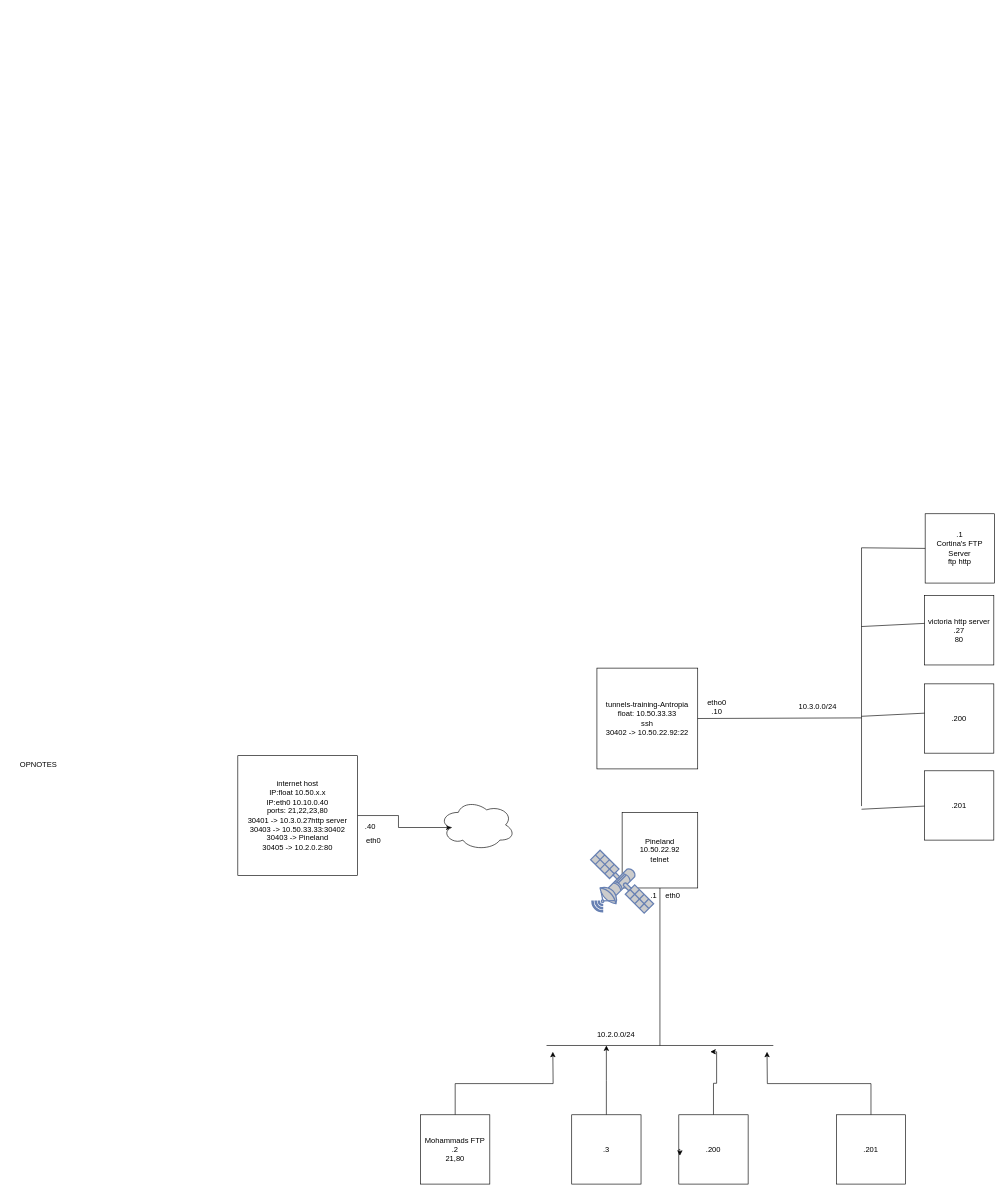
This is page "Page-2" (2 of 2) of Untitled Diagram.drawio from booompa/hello-world, a draw.io file, before an edit. Source tidied: cells renumbered, new cells numbered last; positions are measured from the earlier drawing's top-left corner, leaving out a move shared by most shapes. Both pictures are drawn from the tidied source at 63%, with x=0, y=0 at pixel (11, 513).
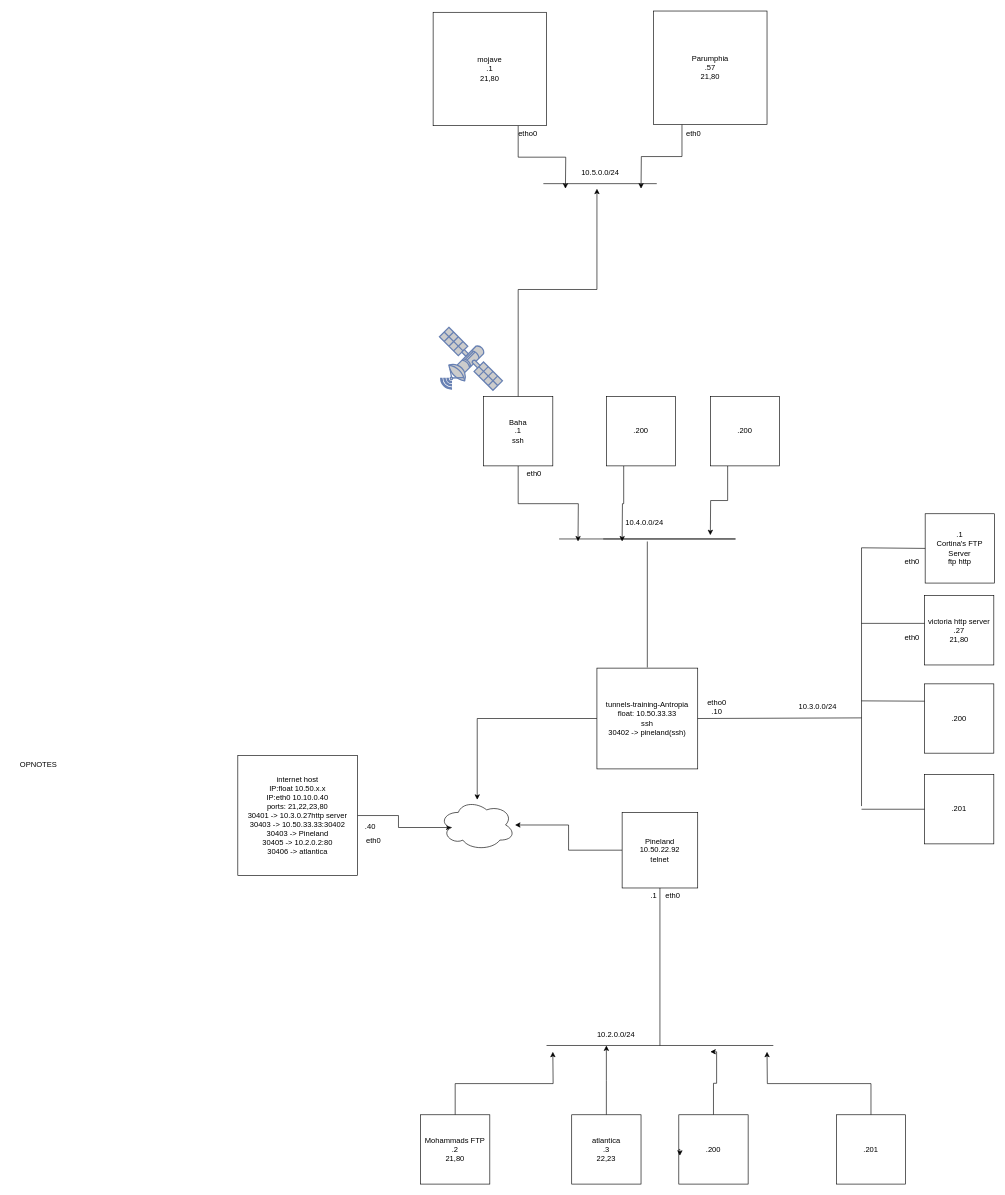
The same diagram, later.

The change refers to these unchanged cells:
```xml
<mxCell id="4" style="ellipse;shape=cloud;whiteSpace=wrap;html=1;" parent="1" vertex="1">
  <mxGeometry x="680" y="454" width="120" height="80" as="geometry" />
</mxCell>
<mxCell id="9" value="Pineland&lt;br&gt;10.50.22.92&lt;br&gt;telnet&lt;br&gt;" style="whiteSpace=wrap;html=1;" parent="1" vertex="1">
  <mxGeometry x="970" y="474" width="120" height="120" as="geometry" />
</mxCell>
```

What changed in the source:
```diff
@@
-    <mxCell id="3" value="internet host&lt;br&gt;IP:float 10.50.x.x&lt;br&gt;IP:eth0 10.10.0.40&lt;br&gt;ports: 21,22,23,80&lt;br&gt;30401 -&amp;gt; 10.3.0.27http server&lt;br&gt;30403 -&amp;gt; 10.50.33.33:30402&lt;br&gt;30403 -&amp;gt; Pineland&lt;br&gt;30405 -&amp;gt; 10.2.0.2:80" style="whiteSpace=wrap;html=1;" parent="1" vertex="1">
+    <mxCell id="3" value="internet host&lt;br&gt;IP:float 10.50.x.x&lt;br&gt;IP:eth0 10.10.0.40&lt;br&gt;ports: 21,22,23,80&lt;br&gt;30401 -&amp;gt; 10.3.0.27http server&lt;br&gt;30403 -&amp;gt; 10.50.33.33:30402&lt;br&gt;30403 -&amp;gt; Pineland&lt;br&gt;30405 -&amp;gt; 10.2.0.2:80&lt;br&gt;30406 -&amp;gt; atlantica" style="whiteSpace=wrap;html=1;" parent="1" vertex="1">
       <mxGeometry x="360" y="384" width="190" height="190" as="geometry" />
     </mxCell>
@@
+    <mxCell id="37" style="edgeStyle=orthogonalEdgeStyle;rounded=0;jettySize=auto;html=1;exitX=0;exitY=0.5;exitDx=0;exitDy=0;" parent="1" edge="1" source="8" target="4">
+      <mxGeometry relative="1" as="geometry" />
+    </mxCell>
-    <mxCell id="8" value="tunnels-training-Antropia&lt;br&gt;float: 10.50.33.33&lt;br&gt;ssh&lt;br&gt;30402 -&amp;gt; 10.50.22.92:22" style="whiteSpace=wrap;html=1;" parent="1" vertex="1">
+    <mxCell id="8" value="tunnels-training-Antropia&lt;br&gt;float: 10.50.33.33&lt;br&gt;ssh&lt;br&gt;30402 -&amp;gt; pineland(ssh)" style="whiteSpace=wrap;html=1;" parent="1" vertex="1">
       <mxGeometry x="930" y="245" width="160" height="160" as="geometry" />
     </mxCell>
+    <mxCell id="38" style="edgeStyle=orthogonalEdgeStyle;rounded=0;jettySize=auto;html=1;exitX=0;exitY=0.5;exitDx=0;exitDy=0;" parent="1" edge="1" source="9" target="4">
+      <mxGeometry relative="1" as="geometry" />
+    </mxCell>
@@
-    <mxCell id="14" value="victoria http server&lt;br&gt;.27&lt;br&gt;80" style="whiteSpace=wrap;html=1;" parent="1" vertex="1">
+    <mxCell id="14" value="victoria http server&lt;br&gt;.27&lt;br&gt;21,80" style="whiteSpace=wrap;html=1;" parent="1" vertex="1">
       <mxGeometry x="1450" y="130" width="110" height="110" as="geometry" />
     </mxCell>
-    <mxCell id="15" value=".200" style="whiteSpace=wrap;html=1;" parent="1" vertex="1">
+    <mxCell id="15" value=".200&lt;br&gt;" style="whiteSpace=wrap;html=1;" parent="1" vertex="1">
       <mxGeometry x="1450" y="270" width="110" height="110" as="geometry" />
     </mxCell>
     <mxCell id="16" value=".201" style="whiteSpace=wrap;html=1;" parent="1" vertex="1">
-      <mxGeometry x="1450" y="408" width="110" height="110" as="geometry" />
+      <mxGeometry x="1450" y="414" width="110" height="110" as="geometry" />
     </mxCell>
@@
     <mxCell id="19" style="endArrow=none;html=1;rounded=0;entryX=0;entryY=0.5;entryDx=0;entryDy=0;" parent="1" edge="1">
       <mxGeometry relative="1" as="geometry">
-        <mxPoint x="1350" y="179" as="sourcePoint" />
+        <mxPoint x="1350" y="174" as="sourcePoint" />
         <mxPoint x="1450" y="174" as="targetPoint" />
       </mxGeometry>
     </mxCell>
-    <mxCell id="20" style="endArrow=none;html=1;rounded=0;entryX=0;entryY=0.5;entryDx=0;entryDy=0;" parent="1" edge="1">
+    <mxCell id="20" style="endArrow=none;html=1;rounded=0;entryX=0;entryY=0.25;entryDx=0;entryDy=0;" parent="1" edge="1" target="15">
       <mxGeometry relative="1" as="geometry">
-        <mxPoint x="1350" y="321.5" as="sourcePoint" />
-        <mxPoint x="1450" y="316.5" as="targetPoint" />
+        <mxPoint x="1350" y="297" as="sourcePoint" />
       </mxGeometry>
     </mxCell>
-    <mxCell id="21" style="endArrow=none;html=1;rounded=0;entryX=0;entryY=0.5;entryDx=0;entryDy=0;" parent="1" edge="1">
+    <mxCell id="21" style="endArrow=none;html=1;rounded=0;entryX=0;entryY=0.5;entryDx=0;entryDy=0;" parent="1" edge="1" target="16">
       <mxGeometry relative="1" as="geometry">
         <mxPoint x="1350" y="469" as="sourcePoint" />
-        <mxPoint x="1450" y="464" as="targetPoint" />
       </mxGeometry>
     </mxCell>
@@
-    <mxCell id="30" value=".3" style="whiteSpace=wrap;html=1;" parent="1" vertex="1">
+    <mxCell id="30" value="atlantica&lt;br&gt;.3&lt;br&gt;22,23" style="whiteSpace=wrap;html=1;" parent="1" vertex="1">
       <mxGeometry x="890" y="954" width="110" height="110" as="geometry" />
     </mxCell>
@@
     <mxCell id="36" style="fontColor=#0066CC;verticalAlign=top;verticalLabelPosition=bottom;labelPosition=center;align=center;html=1;fillColor=#CCCCCC;strokeColor=#6881B3;gradientColor=none;gradientDirection=north;strokeWidth=2;shape=mxgraph.networks.satellite;" parent="1" vertex="1">
-      <mxGeometry x="920" y="534" width="100" height="100" as="geometry" />
+      <mxGeometry x="680" y="-296" width="100" height="100" as="geometry" />
     </mxCell>
+    <mxCell id="39" style="endArrow=none;html=1;rounded=0;" parent="1" edge="1">
+      <mxGeometry relative="1" as="geometry">
+        <mxPoint x="870" y="40" as="sourcePoint" />
+        <mxPoint x="940" y="40" as="targetPoint" />
+        <Array as="points">
+          <mxPoint x="1150" y="40" />
+        </Array>
+      </mxGeometry>
+    </mxCell>
+    <mxCell id="40" value="10.4.0.0/24" style="text;html=1;align=center;verticalAlign=middle;strokeColor=none;fillColor=none;" parent="1" vertex="1">
+      <mxGeometry x="965" width="80" height="30" as="geometry" />
+    </mxCell>
+    <mxCell id="41" style="endArrow=none;html=1;rounded=0;" parent="1" edge="1">
+      <mxGeometry relative="1" as="geometry">
+        <mxPoint x="1010" y="244" as="sourcePoint" />
+        <mxPoint x="1010" y="44" as="targetPoint" />
+      </mxGeometry>
+    </mxCell>
+    <mxCell id="42" style="edgeStyle=orthogonalEdgeStyle;rounded=0;jettySize=auto;html=1;exitX=0.5;exitY=1;exitDx=0;exitDy=0;" parent="1" edge="1" source="44">
+      <mxGeometry relative="1" as="geometry">
+        <mxPoint x="900" y="44" as="targetPoint" />
+      </mxGeometry>
+    </mxCell>
+    <mxCell id="43" style="edgeStyle=orthogonalEdgeStyle;rounded=0;jettySize=auto;html=1;exitX=0.5;exitY=0;exitDx=0;exitDy=0;entryX=0.438;entryY=1.333;entryDx=0;entryDy=0;entryPerimeter=0;" parent="1" edge="1" source="44" target="46">
+      <mxGeometry relative="1" as="geometry" />
+    </mxCell>
+    <mxCell id="44" value="Baha&lt;br&gt;.1&lt;br&gt;ssh" style="whiteSpace=wrap;html=1;" parent="1" vertex="1">
+      <mxGeometry x="750" y="-186" width="110" height="110" as="geometry" />
+    </mxCell>
+    <mxCell id="45" style="endArrow=none;html=1;rounded=0;" parent="1" edge="1">
+      <mxGeometry relative="1" as="geometry">
+        <mxPoint x="845" y="-524" as="sourcePoint" />
+        <mxPoint x="1025" y="-524" as="targetPoint" />
+      </mxGeometry>
+    </mxCell>
+    <mxCell id="46" value="10.5.0.0/24" style="text;html=1;align=center;verticalAlign=middle;points=[];strokeColor=none;fillColor=none;" parent="1" vertex="1">
+      <mxGeometry x="895" y="-556" width="80" height="30" as="geometry" />
+    </mxCell>
+    <mxCell id="47" style="edgeStyle=orthogonalEdgeStyle;rounded=0;jettySize=auto;html=1;exitX=0.25;exitY=1;exitDx=0;exitDy=0;" parent="1" edge="1" source="48">
+      <mxGeometry relative="1" as="geometry">
+        <mxPoint x="970" y="44" as="targetPoint" />
+      </mxGeometry>
+    </mxCell>
+    <mxCell id="48" value=".200" style="whiteSpace=wrap;html=1;" parent="1" vertex="1">
+      <mxGeometry x="945" y="-186" width="110" height="110" as="geometry" />
+    </mxCell>
+    <mxCell id="49" style="edgeStyle=orthogonalEdgeStyle;rounded=0;jettySize=auto;html=1;exitX=0.25;exitY=1;exitDx=0;exitDy=0;" parent="1" edge="1" source="50">
+      <mxGeometry relative="1" as="geometry">
+        <mxPoint x="1110" y="34" as="targetPoint" />
+      </mxGeometry>
+    </mxCell>
+    <mxCell id="50" value=".200" style="whiteSpace=wrap;html=1;" parent="1" vertex="1">
+      <mxGeometry x="1110" y="-186" width="110" height="110" as="geometry" />
+    </mxCell>
+    <mxCell id="51" value="eth0" style="text;html=1;align=center;verticalAlign=middle;strokeColor=none;fillColor=none;" parent="1" vertex="1">
+      <mxGeometry x="805" y="-78" width="50" height="30" as="geometry" />
+    </mxCell>
+    <mxCell id="52" style="edgeStyle=orthogonalEdgeStyle;rounded=0;jettySize=auto;html=1;exitX=0.75;exitY=1;exitDx=0;exitDy=0;" parent="1" edge="1" source="53">
+      <mxGeometry relative="1" as="geometry">
+        <mxPoint x="880" y="-516" as="targetPoint" />
+      </mxGeometry>
+    </mxCell>
+    <mxCell id="53" value="mojave&lt;br&gt;.1&lt;br&gt;21,80" style="whiteSpace=wrap;html=1;" parent="1" vertex="1">
+      <mxGeometry x="670" y="-796" width="180" height="180" as="geometry" />
+    </mxCell>
+    <mxCell id="54" value="etho0" style="text;html=1;align=center;verticalAlign=middle;strokeColor=none;fillColor=none;" parent="1" vertex="1">
+      <mxGeometry x="795" y="-618" width="50" height="30" as="geometry" />
+    </mxCell>
+    <mxCell id="55" style="edgeStyle=orthogonalEdgeStyle;rounded=0;jettySize=auto;html=1;exitX=0.25;exitY=1;exitDx=0;exitDy=0;" parent="1" edge="1" source="56">
+      <mxGeometry relative="1" as="geometry">
+        <mxPoint x="1000" y="-516" as="targetPoint" />
+      </mxGeometry>
+    </mxCell>
+    <mxCell id="56" value="Parumphia&lt;br&gt;.57&lt;br&gt;21,80" style="whiteSpace=wrap;html=1;" parent="1" vertex="1">
+      <mxGeometry x="1020" y="-798" width="180" height="180" as="geometry" />
+    </mxCell>
+    <mxCell id="57" value="eth0" style="text;html=1;align=center;verticalAlign=middle;strokeColor=none;fillColor=none;" parent="1" vertex="1">
+      <mxGeometry x="1058" y="-618" width="50" height="30" as="geometry" />
+    </mxCell>
+    <mxCell id="58" value="eth0" style="text;html=1;align=center;verticalAlign=middle;strokeColor=none;fillColor=none;" parent="1" vertex="1">
+      <mxGeometry x="1405" y="62" width="50" height="30" as="geometry" />
+    </mxCell>
+    <mxCell id="59" value="eth0" style="text;html=1;align=center;verticalAlign=middle;strokeColor=none;fillColor=none;" parent="1" vertex="1">
+      <mxGeometry x="1405" y="182" width="50" height="30" as="geometry" />
+    </mxCell>
```
